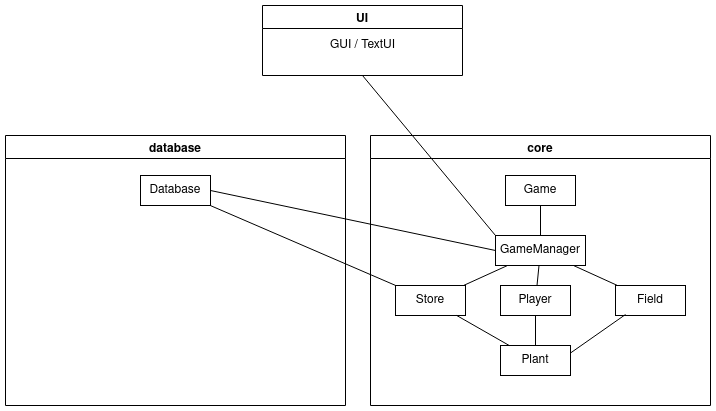
This is documentation/class_diagram.png from jpasikainen/ot-harjoitustyo, a draw.io export, as it was before one commit. Source tidied: cells renumbered, new cells last; positions are measured from the earlier drawing's top-left corner, leaving out a move shared by most shapes.
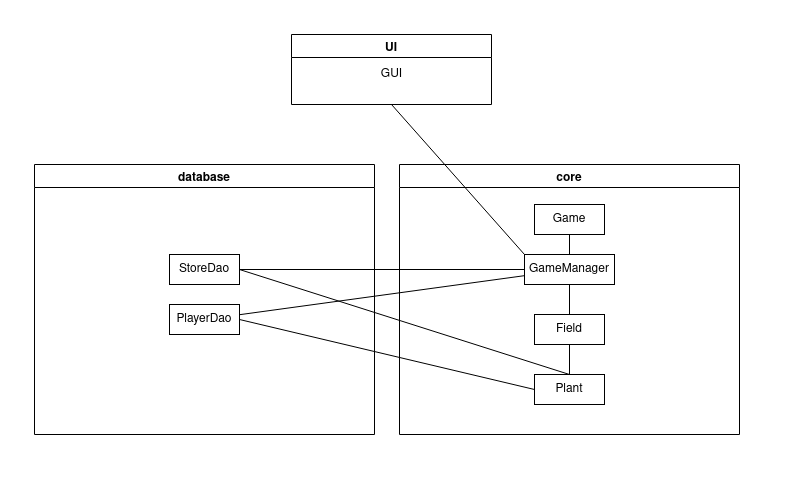
The same diagram one commit later.

What changed in the source:
```diff
@@ -9,61 +9,52 @@
       <mxGeometry x="135" y="40" width="70" height="30" as="geometry" />
     </mxCell>
     <mxCell id="4" value="GameManager" style="rounded=0;whiteSpace=wrap;html=1;" parent="2" vertex="1">
-      <mxGeometry x="125" y="100" width="90" height="30" as="geometry" />
+      <mxGeometry x="125" y="90" width="90" height="30" as="geometry" />
     </mxCell>
-    <mxCell id="5" value="Store" style="rounded=0;whiteSpace=wrap;html=1;" parent="2" vertex="1">
-      <mxGeometry x="25" y="150" width="70" height="30" as="geometry" />
-    </mxCell>
     <mxCell id="6" value="Field" style="rounded=0;whiteSpace=wrap;html=1;" parent="2" vertex="1">
-      <mxGeometry x="245" y="150" width="70" height="30" as="geometry" />
+      <mxGeometry x="135" y="150" width="70" height="30" as="geometry" />
     </mxCell>
-    <mxCell id="7" value="Player" style="rounded=0;whiteSpace=wrap;html=1;" parent="2" vertex="1">
-      <mxGeometry x="130" y="150" width="70" height="30" as="geometry" />
-    </mxCell>
     <mxCell id="8" value="Plant" style="rounded=0;whiteSpace=wrap;html=1;" parent="2" vertex="1">
-      <mxGeometry x="130" y="210" width="70" height="30" as="geometry" />
+      <mxGeometry x="135" y="210" width="70" height="30" as="geometry" />
     </mxCell>
     <mxCell id="9" style="endArrow=none;html=1;" parent="2" edge="1" source="4" target="3">
       <mxGeometry relative="1" as="geometry" />
     </mxCell>
-    <mxCell id="10" style="endArrow=none;html=1;" parent="2" edge="1" source="7" target="4">
-      <mxGeometry relative="1" as="geometry" />
-    </mxCell>
     <mxCell id="11" style="endArrow=none;html=1;" parent="2" edge="1" source="6" target="4">
       <mxGeometry relative="1" as="geometry" />
     </mxCell>
-    <mxCell id="12" style="endArrow=none;html=1;" parent="2" edge="1" source="5" target="4">
-      <mxGeometry relative="1" as="geometry" />
-    </mxCell>
-    <mxCell id="13" style="endArrow=none;html=1;" parent="2" edge="1" source="5" target="8">
-      <mxGeometry relative="1" as="geometry" />
-    </mxCell>
-    <mxCell id="14" style="endArrow=none;html=1;exitX=0.143;exitY=0.967;exitDx=0;exitDy=0;exitPerimeter=0;entryX=1;entryY=0.25;entryDx=0;entryDy=0;" parent="2" edge="1" source="6" target="8">
+    <mxCell id="14" style="endArrow=none;html=1;exitX=0.5;exitY=1;exitDx=0;exitDy=0;entryX=0.5;entryY=0;entryDx=0;entryDy=0;" parent="2" edge="1" source="6" target="8">
       <mxGeometry relative="1" as="geometry" />
     </mxCell>
-    <mxCell id="15" style="endArrow=none;html=1;exitX=0.5;exitY=1;exitDx=0;exitDy=0;entryX=0.5;entryY=0;entryDx=0;entryDy=0;" parent="2" edge="1" source="7" target="8">
-      <mxGeometry relative="1" as="geometry" />
-    </mxCell>
     <mxCell id="16" value="database" style="swimlane;" parent="1" vertex="1">
       <mxGeometry y="130" width="340" height="270" as="geometry" />
     </mxCell>
-    <mxCell id="17" value="Database" style="rounded=0;whiteSpace=wrap;html=1;" parent="16" vertex="1">
-      <mxGeometry x="135" y="40" width="70" height="30" as="geometry" />
-    </mxCell>
-    <mxCell id="18" style="endArrow=none;html=1;" parent="1" edge="1" source="5" target="17">
-      <mxGeometry relative="1" as="geometry" />
-    </mxCell>
-    <mxCell id="19" style="endArrow=none;html=1;entryX=1;entryY=0.5;entryDx=0;entryDy=0;exitX=0;exitY=0.5;exitDx=0;exitDy=0;" parent="1" edge="1" source="4" target="17">
-      <mxGeometry relative="1" as="geometry" />
-    </mxCell>
+    <mxCell id="5" value="StoreDao" style="rounded=0;whiteSpace=wrap;html=1;" parent="16" vertex="1">
+      <mxGeometry x="135" y="90" width="70" height="30" as="geometry" />
+    </mxCell>
+    <mxCell id="7" value="&lt;div&gt;PlayerDao&lt;/div&gt;" style="rounded=0;whiteSpace=wrap;html=1;" parent="16" vertex="1">
+      <mxGeometry x="135" y="140" width="70" height="30" as="geometry" />
+    </mxCell>
     <mxCell id="20" value="UI" style="swimlane;" parent="1" vertex="1">
       <mxGeometry x="257" width="200" height="70" as="geometry" />
     </mxCell>
-    <mxCell id="21" value="GUI / TextUI" style="text;html=1;align=center;verticalAlign=middle;" parent="20" vertex="1">
-      <mxGeometry x="60" y="30" width="80" height="20" as="geometry" />
+    <mxCell id="21" value="GUI" style="text;html=1;align=center;verticalAlign=middle;" parent="20" vertex="1">
+      <mxGeometry x="80" y="30" width="40" height="20" as="geometry" />
     </mxCell>
     <mxCell id="22" style="endArrow=none;html=1;exitX=0;exitY=0;exitDx=0;exitDy=0;entryX=0.5;entryY=1;entryDx=0;entryDy=0;" parent="1" edge="1" source="4" target="20">
       <mxGeometry relative="1" as="geometry" />
     </mxCell>
+    <mxCell id="12" style="endArrow=none;html=1;" parent="1" edge="1" source="5" target="4">
+      <mxGeometry relative="1" as="geometry" />
+    </mxCell>
+    <mxCell id="13" style="endArrow=none;html=1;exitX=1;exitY=0.5;exitDx=0;exitDy=0;entryX=0.5;entryY=0;entryDx=0;entryDy=0;" parent="1" edge="1" source="5" target="8">
+      <mxGeometry relative="1" as="geometry" />
+    </mxCell>
+    <mxCell id="10" style="endArrow=none;html=1;" parent="1" edge="1" source="7" target="4">
+      <mxGeometry relative="1" as="geometry" />
+    </mxCell>
+    <mxCell id="15" style="endArrow=none;html=1;exitX=1;exitY=0.5;exitDx=0;exitDy=0;entryX=0;entryY=0.5;entryDx=0;entryDy=0;" parent="1" edge="1" source="7" target="8">
+      <mxGeometry relative="1" as="geometry" />
+    </mxCell>
   </root>
 </mxGraphModel>
```
